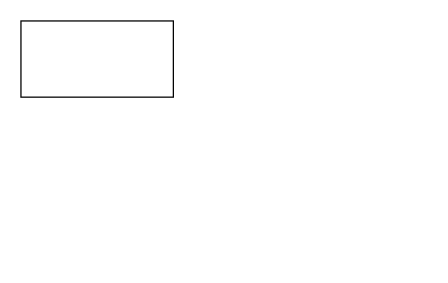
The draw.io diagram 未命名绘图.drawio in S0Louis/drowio, before the edit. Source tidied: cells renumbered, new cells numbered last; positions are measured from the earlier drawing's top-left corner, leaving out a move shared by most shapes. Both pictures are drawn from the tidied source at 127%, with x=0, y=0 at pixel (20, 20).
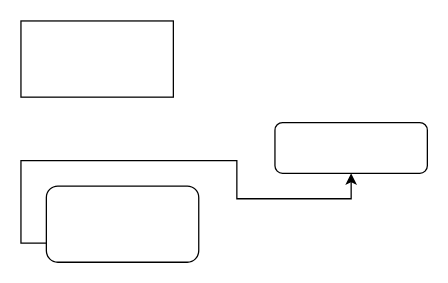
The same diagram, later.

What changed in the source:
```diff
@@
 <mxGraphModel>
   <root>
     <mxCell id="0" />
     <mxCell id="1" parent="0" />
     <mxCell id="2" style="rounded=0;whiteSpace=wrap;html=1;" parent="1" vertex="1">
       <mxGeometry width="120" height="60" as="geometry" />
     </mxCell>
+    <mxCell id="3" style="edgeStyle=orthogonalEdgeStyle;rounded=0;jettySize=auto;html=1;exitX=0;exitY=0.75;exitDx=0;exitDy=0;" parent="1" edge="1" source="4" target="5">
+      <mxGeometry relative="1" as="geometry" />
+    </mxCell>
+    <mxCell id="4" style="rounded=1;whiteSpace=wrap;html=1;" parent="1" vertex="1">
+      <mxGeometry x="20" y="130" width="120" height="60" as="geometry" />
+    </mxCell>
+    <mxCell id="5" style="rounded=1;whiteSpace=wrap;html=1;" parent="1" vertex="1">
+      <mxGeometry x="200" y="80" width="120" height="40" as="geometry" />
+    </mxCell>
   </root>
 </mxGraphModel>
```
